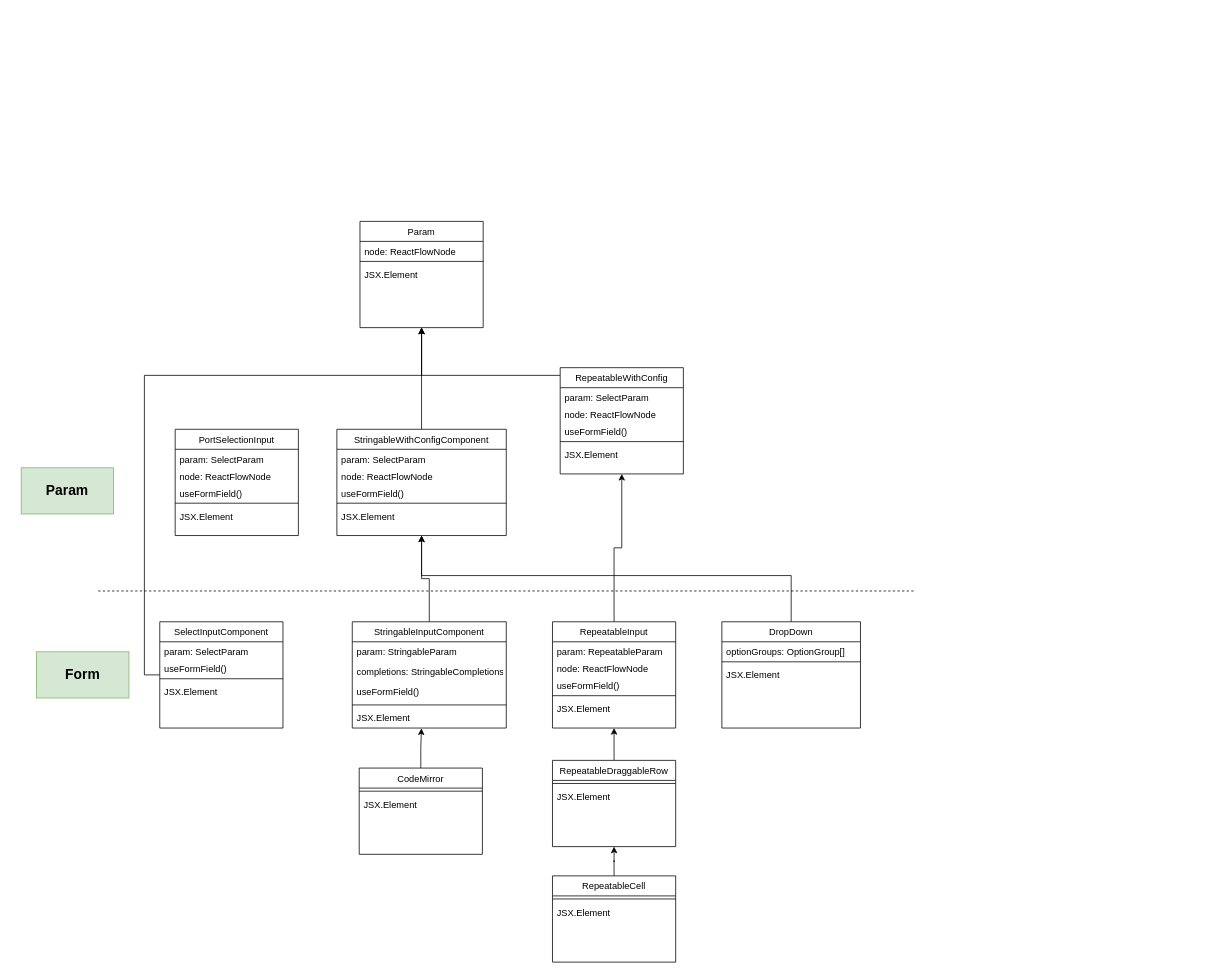
Earlier version of the draw.io diagram Form.drawio (stone-lyl/assets). Source tidied: cells renumbered, new cells numbered last; positions are measured from the earlier drawing's top-left corner, leaving out a move shared by most shapes. Both pictures are drawn from the tidied source at 77%, with x=0, y=0 at pixel (21, 221).
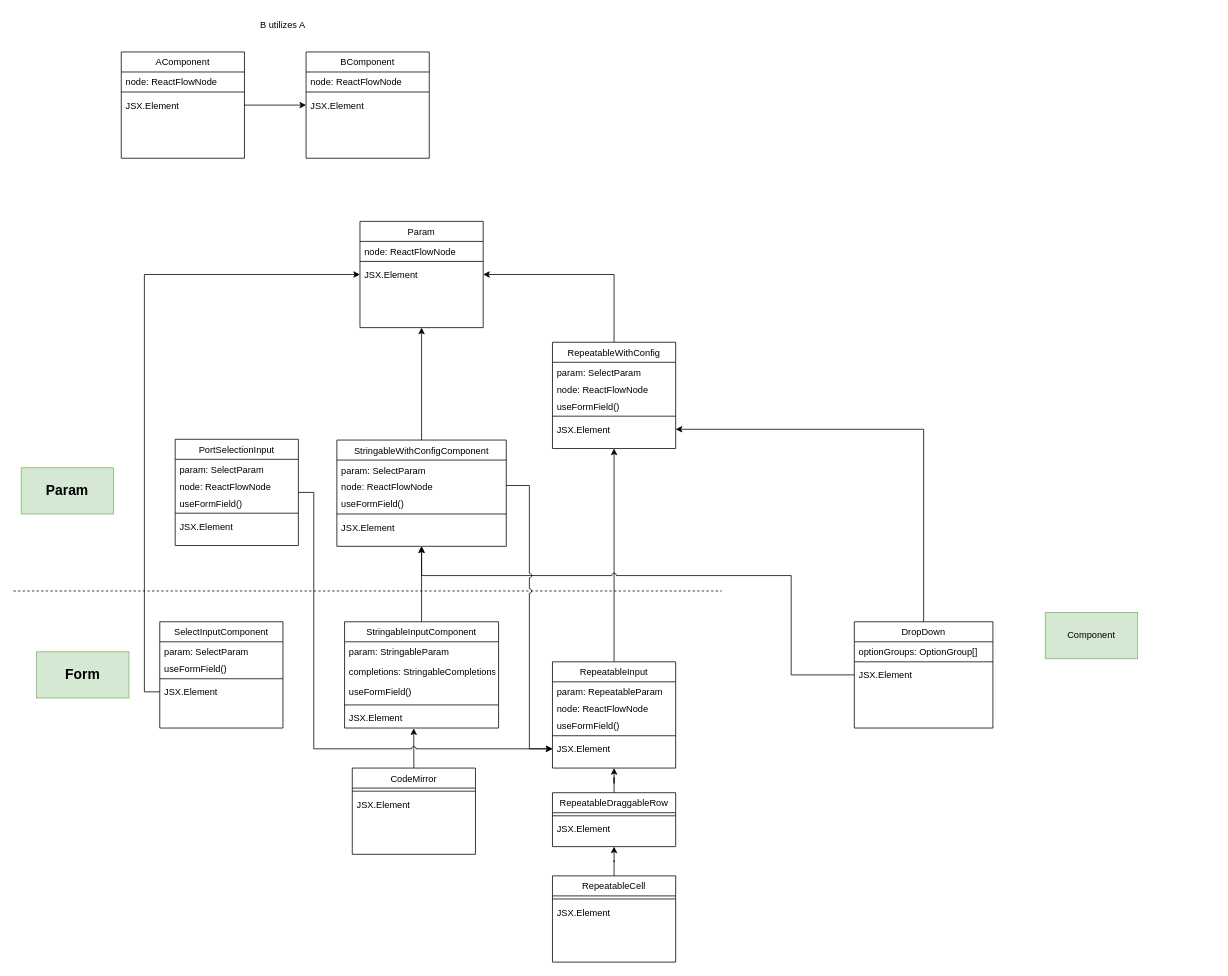
After the change.

Unchanged cells that the change refers to:
```xml
<mxCell id="3" value="SelectInputComponent" style="swimlane;fontStyle=0;align=center;verticalAlign=top;horizontal=1;startSize=26;rounded=0;shadow=0;strokeWidth=1;" parent="1" vertex="1">
  <mxGeometry x="180" y="520" width="160" height="138" as="geometry" />
</mxCell>
<mxCell id="7" value="JSX.Element" style="text;align=left;verticalAlign=top;spacingLeft=4;spacingRight=4;overflow=hidden;points=[[0,0.5],[1,0.5]];portConstraint=eastwest;" parent="3" vertex="1">
  <mxGeometry y="78" width="160" height="26" as="geometry" />
</mxCell>
<mxCell id="14" value="JSX.Element" style="text;align=left;verticalAlign=top;spacingLeft=4;spacingRight=4;overflow=hidden;points=[[0,0.5],[1,0.5]];portConstraint=eastwest;" parent="9" vertex="1">
  <mxGeometry y="112" width="200" height="26" as="geometry" />
</mxCell>
<mxCell id="25" value="JSX.Element" style="text;align=left;verticalAlign=top;spacingLeft=4;spacingRight=4;overflow=hidden;points=[[0,0.5],[1,0.5]];portConstraint=eastwest;" parent="20" vertex="1">
  <mxGeometry y="100" width="160" height="26" as="geometry" />
</mxCell>
<mxCell id="46" value="JSX.Element" style="text;align=left;verticalAlign=top;spacingLeft=4;spacingRight=4;overflow=hidden;points=[[0,0.5],[1,0.5]];portConstraint=eastwest;" parent="41" vertex="1">
  <mxGeometry y="100" width="160" height="26" as="geometry" />
</mxCell>
<mxCell id="55" value="node: ReactFlowNode" style="text;align=left;verticalAlign=top;spacingLeft=4;spacingRight=4;overflow=hidden;points=[[0,0.5],[1,0.5]];portConstraint=eastwest;" parent="53" vertex="1">
  <mxGeometry y="48" width="220" height="22" as="geometry" />
</mxCell>
<mxCell id="59" value="Param" style="swimlane;fontStyle=0;align=center;verticalAlign=top;horizontal=1;startSize=26;rounded=0;shadow=0;strokeWidth=1;" parent="1" vertex="1">
  <mxGeometry x="440" width="160" height="138" as="geometry" />
</mxCell>
<mxCell id="62" value="JSX.Element" style="text;align=left;verticalAlign=top;spacingLeft=4;spacingRight=4;overflow=hidden;points=[[0,0.5],[1,0.5]];portConstraint=eastwest;" parent="59" vertex="1">
  <mxGeometry y="56" width="160" height="26" as="geometry" />
</mxCell>
```

Change to the diagram source:
```diff
@@
-    <mxCell id="2" style="edgeStyle=orthogonalEdgeStyle;rounded=0;jettySize=auto;html=1;entryX=0.5;entryY=1;entryDx=0;entryDy=0;" parent="1" edge="1" source="3" target="59">
-      <mxGeometry relative="1" as="geometry">
-        <Array as="points">
-          <mxPoint x="160" y="589" />
-          <mxPoint x="160" y="200" />
-          <mxPoint x="520" y="200" />
-        </Array>
-      </mxGeometry>
-    </mxCell>
+    <mxCell id="66" style="rounded=0;whiteSpace=wrap;html=1;fillColor=default;strokeColor=none;" parent="1" vertex="1">
+      <mxGeometry x="980" y="421" width="570" height="359" as="geometry" />
+    </mxCell>
@@
     <mxCell id="9" value="StringableInputComponent" style="swimlane;fontStyle=0;align=center;verticalAlign=top;horizontal=1;startSize=26;rounded=0;shadow=0;strokeWidth=1;" parent="1" vertex="1">
-      <mxGeometry x="430" y="520" width="200" height="138" as="geometry" />
+      <mxGeometry x="420" y="520" width="200" height="138" as="geometry" />
     </mxCell>
@@
-    <mxCell id="15" style="edgeStyle=orthogonalEdgeStyle;rounded=0;jettySize=auto;html=1;entryX=0.449;entryY=1.016;entryDx=0;entryDy=0;entryPerimeter=0;" parent="1" edge="1" source="16" target="14">
+    <mxCell id="15" style="edgeStyle=orthogonalEdgeStyle;rounded=0;jettySize=auto;html=1;entryX=0.449;entryY=1.016;entryDx=0;entryDy=0;entryPerimeter=0;jumpStyle=arc;" parent="1" edge="1" source="16" target="14">
       <mxGeometry relative="1" as="geometry" />
     </mxCell>
     <mxCell id="16" value="CodeMirror" style="swimlane;fontStyle=0;align=center;verticalAlign=top;horizontal=1;startSize=26;rounded=0;shadow=0;strokeWidth=1;" parent="1" vertex="1">
-      <mxGeometry x="439" y="710" width="160" height="112" as="geometry" />
+      <mxGeometry x="430" y="710" width="160" height="112" as="geometry" />
     </mxCell>
@@
     <mxCell id="20" value="RepeatableInput" style="swimlane;fontStyle=0;align=center;verticalAlign=top;horizontal=1;startSize=26;rounded=0;shadow=0;strokeWidth=1;" parent="1" vertex="1">
-      <mxGeometry x="690" y="520" width="160" height="138" as="geometry" />
+      <mxGeometry x="690" y="572" width="160" height="138" as="geometry" />
     </mxCell>
@@
     <mxCell id="27" value="RepeatableDraggableRow" style="swimlane;fontStyle=0;align=center;verticalAlign=top;horizontal=1;startSize=26;rounded=0;shadow=0;strokeWidth=1;" parent="1" vertex="1">
-      <mxGeometry x="690" y="700" width="160" height="112" as="geometry" />
+      <mxGeometry x="690" y="742" width="160" height="70" as="geometry" />
     </mxCell>
@@
+    <mxCell id="67" style="edgeStyle=orthogonalEdgeStyle;rounded=0;jettySize=auto;html=1;entryX=0;entryY=0.5;entryDx=0;entryDy=0;jumpStyle=arc;" parent="1" edge="1" source="34" target="25">
+      <mxGeometry relative="1" as="geometry">
+        <Array as="points">
+          <mxPoint x="380" y="352" />
+          <mxPoint x="380" y="685" />
+        </Array>
+      </mxGeometry>
+    </mxCell>
     <mxCell id="34" value="PortSelectionInput" style="swimlane;fontStyle=0;align=center;verticalAlign=top;horizontal=1;startSize=26;rounded=0;shadow=0;strokeWidth=1;" parent="1" vertex="1">
-      <mxGeometry x="200" y="270" width="160" height="138" as="geometry" />
+      <mxGeometry x="200" y="283" width="160" height="138" as="geometry" />
     </mxCell>
@@
-    <mxCell id="40" style="edgeStyle=orthogonalEdgeStyle;rounded=0;jettySize=auto;html=1;entryX=0.5;entryY=1;entryDx=0;entryDy=0;" parent="1" edge="1" source="41" target="59">
-      <mxGeometry relative="1" as="geometry">
-        <Array as="points">
-          <mxPoint x="520" y="200" />
-        </Array>
-      </mxGeometry>
-    </mxCell>
+    <mxCell id="68" style="edgeStyle=orthogonalEdgeStyle;rounded=0;jettySize=auto;html=1;entryX=1;entryY=0.5;entryDx=0;entryDy=0;" parent="1" edge="1" source="41" target="62">
+      <mxGeometry relative="1" as="geometry" />
+    </mxCell>
     <mxCell id="41" value="RepeatableWithConfig" style="swimlane;fontStyle=0;align=center;verticalAlign=top;horizontal=1;startSize=26;rounded=0;shadow=0;strokeWidth=1;" parent="1" vertex="1">
-      <mxGeometry x="700" y="190" width="160" height="138" as="geometry" />
+      <mxGeometry x="690" y="157" width="160" height="138" as="geometry" />
     </mxCell>
@@
-    <mxCell id="47" style="edgeStyle=orthogonalEdgeStyle;rounded=0;jettySize=auto;html=1;entryX=0.5;entryY=1;entryDx=0;entryDy=0;" parent="1" edge="1" source="48" target="53">
+    <mxCell id="47" style="edgeStyle=orthogonalEdgeStyle;rounded=0;jettySize=auto;html=1;entryX=0.5;entryY=1;entryDx=0;entryDy=0;jumpStyle=arc;" parent="1" edge="1" source="48" target="53">
       <mxGeometry relative="1" as="geometry">
         <Array as="points">
           <mxPoint x="1000" y="460" />
           <mxPoint x="520" y="460" />
         </Array>
       </mxGeometry>
     </mxCell>
+    <mxCell id="69" style="edgeStyle=orthogonalEdgeStyle;rounded=0;jettySize=auto;html=1;entryX=1;entryY=0.5;entryDx=0;entryDy=0;" parent="1" edge="1" source="48" target="46">
+      <mxGeometry relative="1" as="geometry" />
+    </mxCell>
     <mxCell id="48" value="DropDown" style="swimlane;fontStyle=0;align=center;verticalAlign=top;horizontal=1;startSize=26;rounded=0;shadow=0;strokeWidth=1;" parent="1" vertex="1">
-      <mxGeometry x="910" y="520" width="180" height="138" as="geometry" />
+      <mxGeometry x="1082" y="520" width="180" height="138" as="geometry" />
     </mxCell>
@@
-    <mxCell id="52" style="edgeStyle=orthogonalEdgeStyle;rounded=0;jettySize=auto;html=1;entryX=0.5;entryY=1;entryDx=0;entryDy=0;" parent="1" edge="1" source="53" target="59">
+    <mxCell id="52" style="edgeStyle=orthogonalEdgeStyle;rounded=0;jettySize=auto;html=1;entryX=0.5;entryY=1;entryDx=0;entryDy=0;jumpStyle=arc;" parent="1" edge="1" source="53" target="59">
       <mxGeometry relative="1" as="geometry" />
     </mxCell>
     <mxCell id="53" value="StringableWithConfigComponent" style="swimlane;fontStyle=0;align=center;verticalAlign=top;horizontal=1;startSize=26;rounded=0;shadow=0;strokeWidth=1;" parent="1" vertex="1">
-      <mxGeometry x="410" y="270" width="220" height="138" as="geometry" />
+      <mxGeometry x="410" y="284" width="220" height="138" as="geometry" />
     </mxCell>
@@
     <mxCell id="63" style="endArrow=none;dashed=1;html=1;rounded=0;" parent="1" edge="1">
       <mxGeometry relative="1" as="geometry">
-        <mxPoint x="100" y="480" as="sourcePoint" />
-        <mxPoint x="1160.9" y="480" as="targetPoint" />
+        <mxPoint x="-10" y="480" as="sourcePoint" />
+        <mxPoint x="910" y="480" as="targetPoint" />
       </mxGeometry>
     </mxCell>
@@
+    <mxCell id="70" style="edgeStyle=orthogonalEdgeStyle;rounded=0;jettySize=auto;html=1;entryX=0;entryY=0.5;entryDx=0;entryDy=0;" parent="1" edge="1" source="7" target="62">
+      <mxGeometry relative="1" as="geometry">
+        <Array as="points">
+          <mxPoint x="160" y="611" />
+          <mxPoint x="160" y="69" />
+        </Array>
+      </mxGeometry>
+    </mxCell>
+    <mxCell id="71" style="edgeStyle=orthogonalEdgeStyle;rounded=0;jettySize=auto;html=1;exitX=1;exitY=0.5;exitDx=0;exitDy=0;entryX=0;entryY=0.5;entryDx=0;entryDy=0;jumpStyle=arc;" parent="1" edge="1" source="55" target="25">
+      <mxGeometry relative="1" as="geometry" />
+    </mxCell>
+    <mxCell id="72" value="Component" style="rounded=0;whiteSpace=wrap;html=1;fillColor=#d5e8d4;strokeColor=#82b366;" parent="1" vertex="1">
+      <mxGeometry x="1330" y="508" width="120" height="60" as="geometry" />
+    </mxCell>
+    <mxCell id="73" style="edgeStyle=orthogonalEdgeStyle;rounded=0;jettySize=auto;html=1;" parent="1" edge="1" source="74" target="78">
+      <mxGeometry relative="1" as="geometry" />
+    </mxCell>
+    <mxCell id="74" value="AComponent" style="swimlane;fontStyle=0;align=center;verticalAlign=top;horizontal=1;startSize=26;rounded=0;shadow=0;strokeWidth=1;" parent="1" vertex="1">
+      <mxGeometry x="130" y="-220" width="160" height="138" as="geometry" />
+    </mxCell>
+    <mxCell id="75" value="node: ReactFlowNode" style="text;align=left;verticalAlign=top;spacingLeft=4;spacingRight=4;overflow=hidden;" parent="74" vertex="1">
+      <mxGeometry y="26" width="160" height="22" as="geometry" />
+    </mxCell>
+    <mxCell id="76" style="line;html=1;strokeWidth=1;align=left;verticalAlign=middle;spacingTop=-1;spacingLeft=3;spacingRight=3;labelPosition=right;" parent="74" vertex="1">
+      <mxGeometry y="48" width="160" height="8" as="geometry" />
+    </mxCell>
+    <mxCell id="77" value="JSX.Element" style="text;align=left;verticalAlign=top;spacingLeft=4;spacingRight=4;overflow=hidden;" parent="74" vertex="1">
+      <mxGeometry y="56" width="160" height="26" as="geometry" />
+    </mxCell>
+    <mxCell id="78" value="BComponent" style="swimlane;fontStyle=0;align=center;verticalAlign=top;horizontal=1;startSize=26;rounded=0;shadow=0;strokeWidth=1;" parent="1" vertex="1">
+      <mxGeometry x="370" y="-220" width="160" height="138" as="geometry" />
+    </mxCell>
+    <mxCell id="79" value="node: ReactFlowNode" style="text;align=left;verticalAlign=top;spacingLeft=4;spacingRight=4;overflow=hidden;" parent="78" vertex="1">
+      <mxGeometry y="26" width="160" height="22" as="geometry" />
+    </mxCell>
+    <mxCell id="80" style="line;html=1;strokeWidth=1;align=left;verticalAlign=middle;spacingTop=-1;spacingLeft=3;spacingRight=3;labelPosition=right;" parent="78" vertex="1">
+      <mxGeometry y="48" width="160" height="8" as="geometry" />
+    </mxCell>
+    <mxCell id="81" value="JSX.Element" style="text;align=left;verticalAlign=top;spacingLeft=4;spacingRight=4;overflow=hidden;" parent="78" vertex="1">
+      <mxGeometry y="56" width="160" height="26" as="geometry" />
+    </mxCell>
+    <mxCell id="82" value="&lt;div&gt;&lt;div&gt;&lt;span style=&quot;font-size: 12px;&quot;&gt;B utilizes A&lt;/span&gt;&lt;/div&gt;&lt;/div&gt;" style="text;html=1;align=center;verticalAlign=middle;whiteSpace=wrap;rounded=0;" parent="1" vertex="1">
+      <mxGeometry x="160" y="-270" width="360" height="30" as="geometry" />
+    </mxCell>
```
